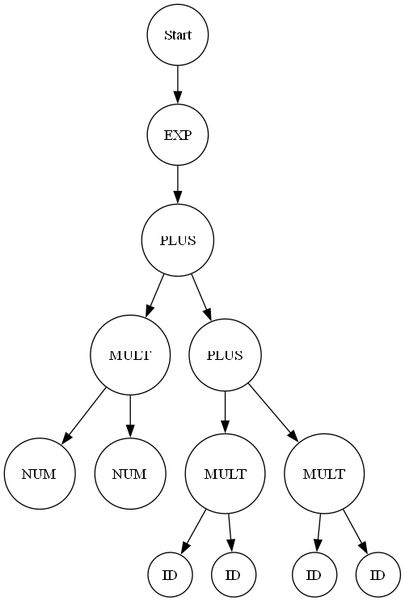
GH120/JS-Compiler keeps this Graphviz diagram as ast.png. Above is the earlier version. Its source is kept beside it as ast.dot.
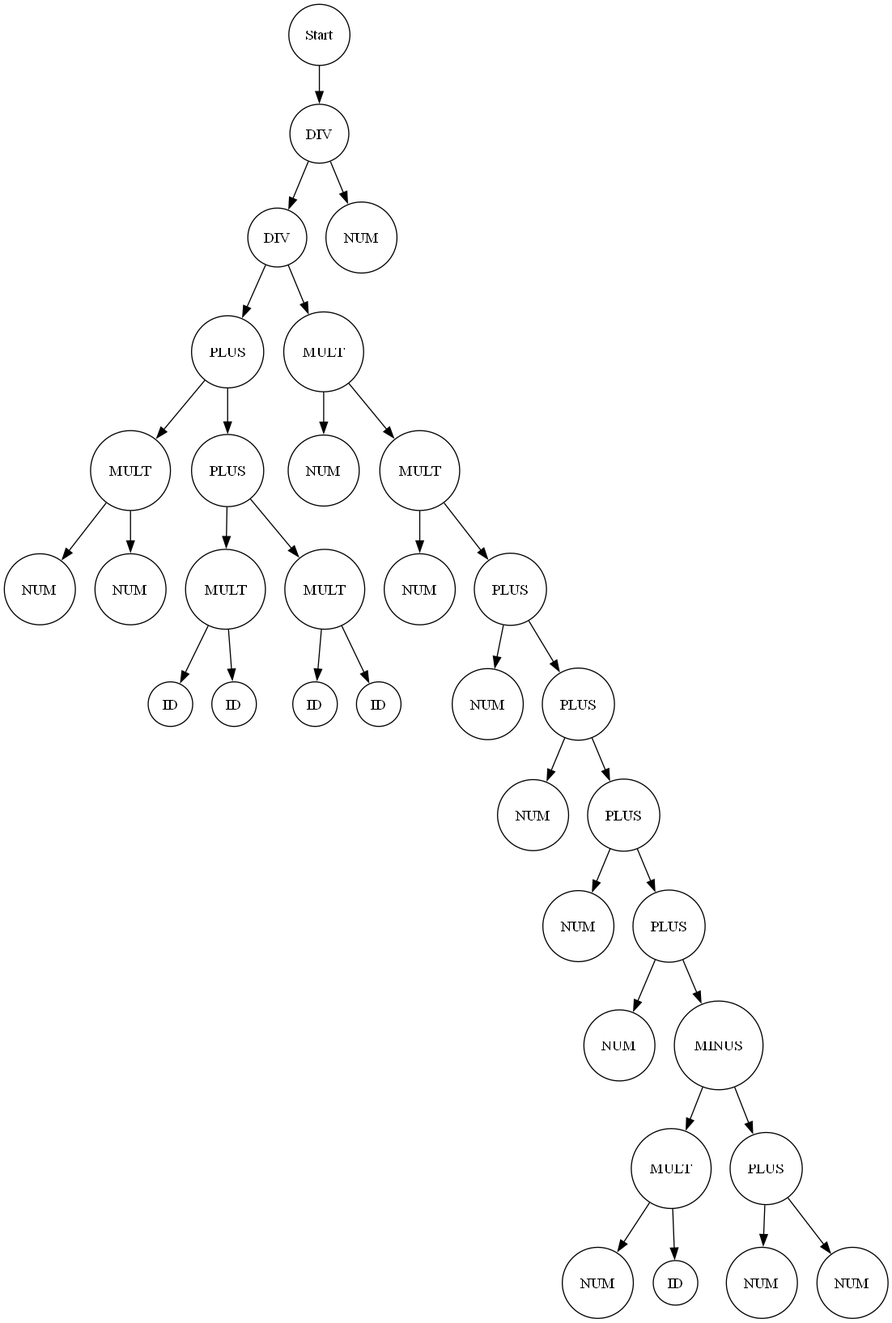
Above is the later version.

Change to the diagram source:
```diff
@@ -2,28 +2,70 @@
             rankdir=TB; // Tree-like top-bottom orientation
             node [shape=circle];
               node0 [label="Start"];
-  node0_0 [label="EXP"];
+  node0_0 [label="DIV"];
   node0 -> node0_0;
-  node0_0_0 [label="PLUS"];
+  node0_0_0 [label="DIV"];
   node0_0 -> node0_0_0;
-  node0_0_0_0 [label="MULT"];
+  node0_0_0_0 [label="PLUS"];
   node0_0_0 -> node0_0_0_0;
-  node0_0_0_0_0 [label="NUM"];
+  node0_0_0_0_0 [label="MULT"];
   node0_0_0_0 -> node0_0_0_0_0;
-  node0_0_0_0_1 [label="NUM"];
+  node0_0_0_0_0_0 [label="NUM"];
+  node0_0_0_0_0 -> node0_0_0_0_0_0;
+  node0_0_0_0_0_1 [label="NUM"];
+  node0_0_0_0_0 -> node0_0_0_0_0_1;
+  node0_0_0_0_1 [label="PLUS"];
   node0_0_0_0 -> node0_0_0_0_1;
-  node0_0_0_1 [label="PLUS"];
+  node0_0_0_0_1_0 [label="MULT"];
+  node0_0_0_0_1 -> node0_0_0_0_1_0;
+  node0_0_0_0_1_0_0 [label="ID"];
+  node0_0_0_0_1_0 -> node0_0_0_0_1_0_0;
+  node0_0_0_0_1_0_1 [label="ID"];
+  node0_0_0_0_1_0 -> node0_0_0_0_1_0_1;
+  node0_0_0_0_1_1 [label="MULT"];
+  node0_0_0_0_1 -> node0_0_0_0_1_1;
+  node0_0_0_0_1_1_0 [label="ID"];
+  node0_0_0_0_1_1 -> node0_0_0_0_1_1_0;
+  node0_0_0_0_1_1_1 [label="ID"];
+  node0_0_0_0_1_1 -> node0_0_0_0_1_1_1;
+  node0_0_0_1 [label="MULT"];
   node0_0_0 -> node0_0_0_1;
-  node0_0_0_1_0 [label="MULT"];
+  node0_0_0_1_0 [label="NUM"];
   node0_0_0_1 -> node0_0_0_1_0;
-  node0_0_0_1_0_0 [label="ID"];
-  node0_0_0_1_0 -> node0_0_0_1_0_0;
-  node0_0_0_1_0_1 [label="ID"];
-  node0_0_0_1_0 -> node0_0_0_1_0_1;
   node0_0_0_1_1 [label="MULT"];
   node0_0_0_1 -> node0_0_0_1_1;
-  node0_0_0_1_1_0 [label="ID"];
+  node0_0_0_1_1_0 [label="NUM"];
   node0_0_0_1_1 -> node0_0_0_1_1_0;
-  node0_0_0_1_1_1 [label="ID"];
+  node0_0_0_1_1_1 [label="PLUS"];
   node0_0_0_1_1 -> node0_0_0_1_1_1;
+  node0_0_0_1_1_1_0 [label="NUM"];
+  node0_0_0_1_1_1 -> node0_0_0_1_1_1_0;
+  node0_0_0_1_1_1_1 [label="PLUS"];
+  node0_0_0_1_1_1 -> node0_0_0_1_1_1_1;
+  node0_0_0_1_1_1_1_0 [label="NUM"];
+  node0_0_0_1_1_1_1 -> node0_0_0_1_1_1_1_0;
+  node0_0_0_1_1_1_1_1 [label="PLUS"];
+  node0_0_0_1_1_1_1 -> node0_0_0_1_1_1_1_1;
+  node0_0_0_1_1_1_1_1_0 [label="NUM"];
+  node0_0_0_1_1_1_1_1 -> node0_0_0_1_1_1_1_1_0;
+  node0_0_0_1_1_1_1_1_1 [label="PLUS"];
+  node0_0_0_1_1_1_1_1 -> node0_0_0_1_1_1_1_1_1;
+  node0_0_0_1_1_1_1_1_1_0 [label="NUM"];
+  node0_0_0_1_1_1_1_1_1 -> node0_0_0_1_1_1_1_1_1_0;
+  node0_0_0_1_1_1_1_1_1_1 [label="MINUS"];
+  node0_0_0_1_1_1_1_1_1 -> node0_0_0_1_1_1_1_1_1_1;
+  node0_0_0_1_1_1_1_1_1_1_0 [label="MULT"];
+  node0_0_0_1_1_1_1_1_1_1 -> node0_0_0_1_1_1_1_1_1_1_0;
+  node0_0_0_1_1_1_1_1_1_1_0_0 [label="NUM"];
+  node0_0_0_1_1_1_1_1_1_1_0 -> node0_0_0_1_1_1_1_1_1_1_0_0;
+  node0_0_0_1_1_1_1_1_1_1_0_1 [label="ID"];
+  node0_0_0_1_1_1_1_1_1_1_0 -> node0_0_0_1_1_1_1_1_1_1_0_1;
+  node0_0_0_1_1_1_1_1_1_1_1 [label="PLUS"];
+  node0_0_0_1_1_1_1_1_1_1 -> node0_0_0_1_1_1_1_1_1_1_1;
+  node0_0_0_1_1_1_1_1_1_1_1_0 [label="NUM"];
+  node0_0_0_1_1_1_1_1_1_1_1 -> node0_0_0_1_1_1_1_1_1_1_1_0;
+  node0_0_0_1_1_1_1_1_1_1_1_1 [label="NUM"];
+  node0_0_0_1_1_1_1_1_1_1_1 -> node0_0_0_1_1_1_1_1_1_1_1_1;
+  node0_0_1 [label="NUM"];
+  node0_0 -> node0_0_1;
         }
```
